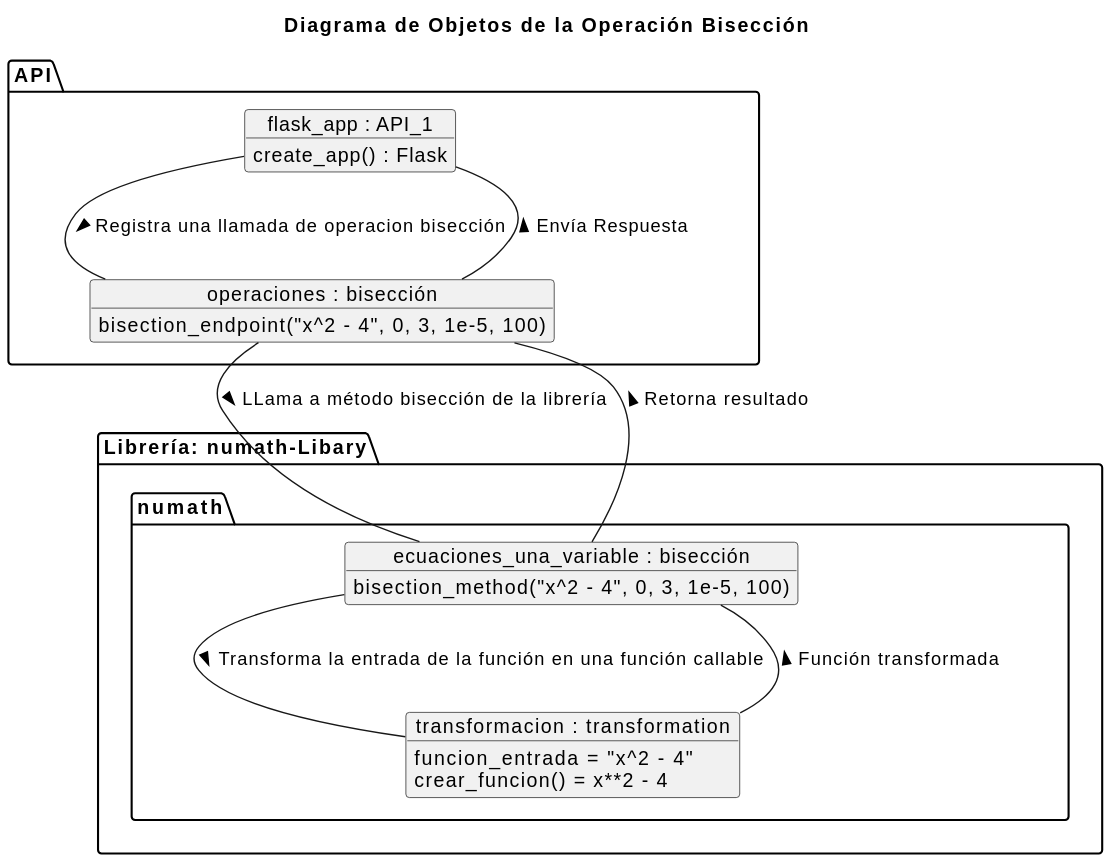
Earlier version of the PlantUML export imágenes/modelosUML/diagramaObjetos.svg (rodri5villa/numath-API). The source it was exported from:
```plantuml
@startuml
title Diagrama de Objetos de la Operación Bisección

package "API" {
  object "flask_app : API_1" as flask_app {
    create_app() : Flask
  }

  object "operaciones : bisección" as operaciones {
    bisection_endpoint("x^2 - 4", 0, 3, 1e-5, 100)
  }
}

package "Librería: numath-Libary"{
  package "numath" {

  object "ecuaciones_una_variable : bisección" as ecuaciones_una_variable {
    bisection_method("x^2 - 4", 0, 3, 1e-5, 100)
  }

  object "transformacion : transformation" as transformacion {
    funcion_entrada = "x^2 - 4"
    crear_funcion() = x**2 - 4
  }

}
}

flask_app -- operaciones: "Registra una llamada de operacion bisección >"
operaciones -- ecuaciones_una_variable : "LLama a método bisección de la librería >"
ecuaciones_una_variable-- transformacion : "Transforma la entrada de la función en una función callable >"
transformacion -- ecuaciones_una_variable : "Función transformada >"
ecuaciones_una_variable -- operaciones : "Retorna resultado >"
operaciones -- flask_app : "Envía Respuesta >"
@enduml
```
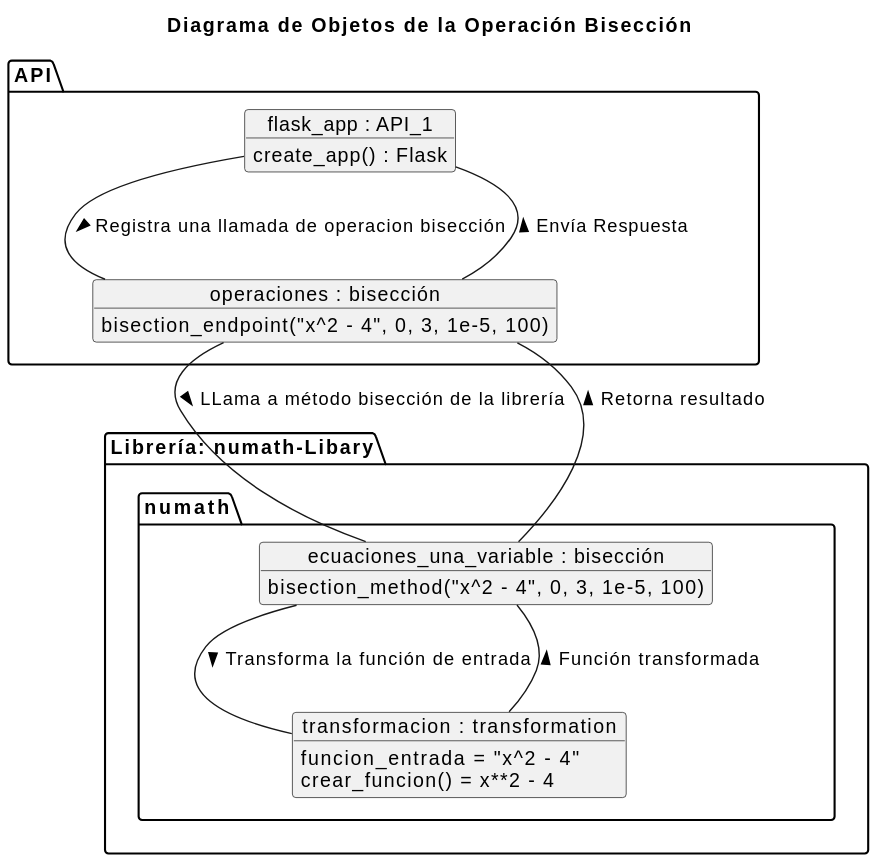
After the commit.

Diff of the diagram source:
```diff
@@ -28,7 +28,7 @@
 
 flask_app -- operaciones: "Registra una llamada de operacion bisección >"
 operaciones -- ecuaciones_una_variable : "LLama a método bisección de la librería >"
-ecuaciones_una_variable-- transformacion : "Transforma la entrada de la función en una función callable >"
+ecuaciones_una_variable-- transformacion : "Transforma la función de entrada >"
 transformacion -- ecuaciones_una_variable : "Función transformada >"
 ecuaciones_una_variable -- operaciones : "Retorna resultado >"
 operaciones -- flask_app : "Envía Respuesta >"
```
